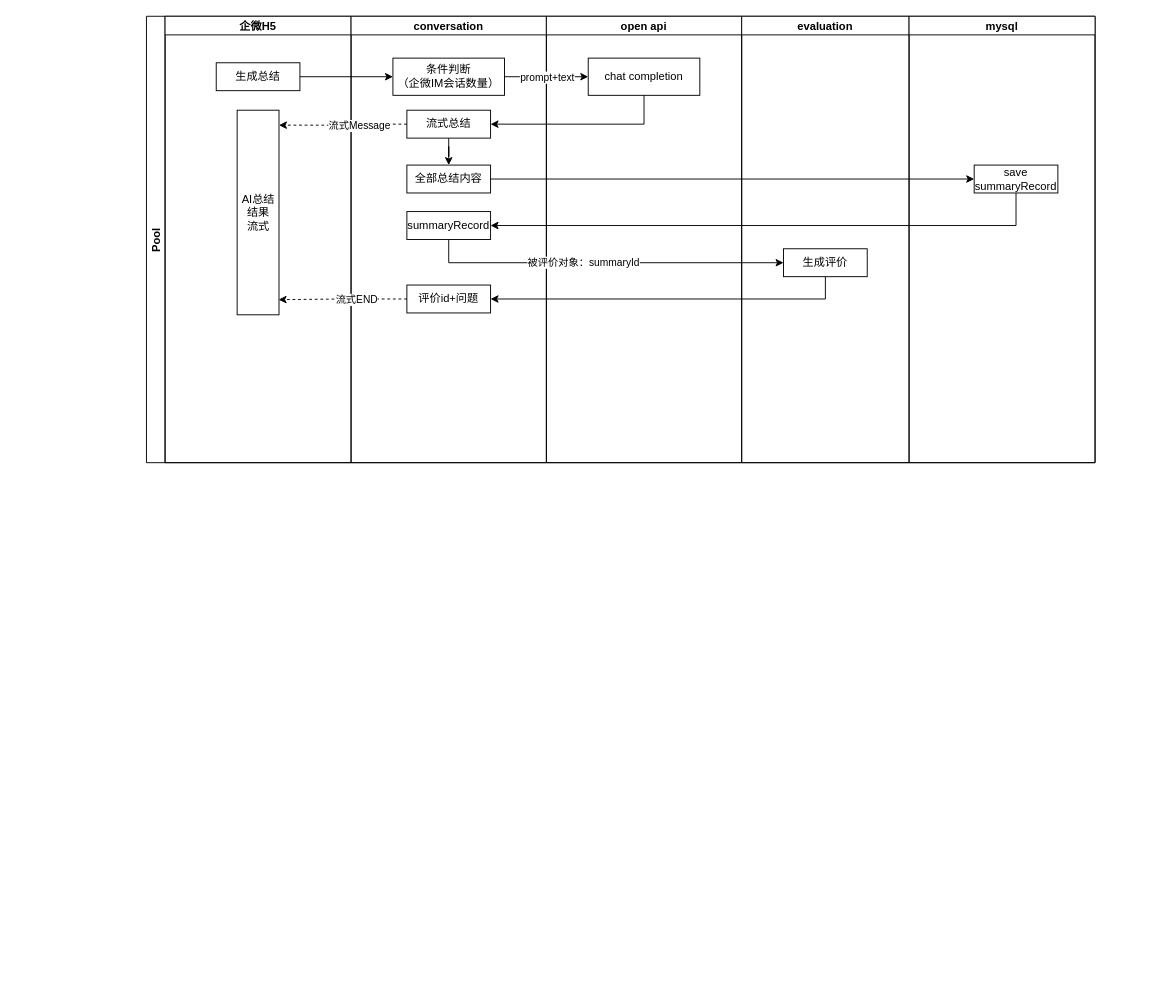
Earlier version of the draw.io diagram 客源会话.drawio (SmellyTrotter/draw.io). Source tidied: cells renumbered, new cells numbered last; positions are measured from the earlier drawing's top-left corner, leaving out a move shared by most shapes. Both pictures are drawn from the tidied source at 93%, with x=0, y=0 at pixel (146, 16).
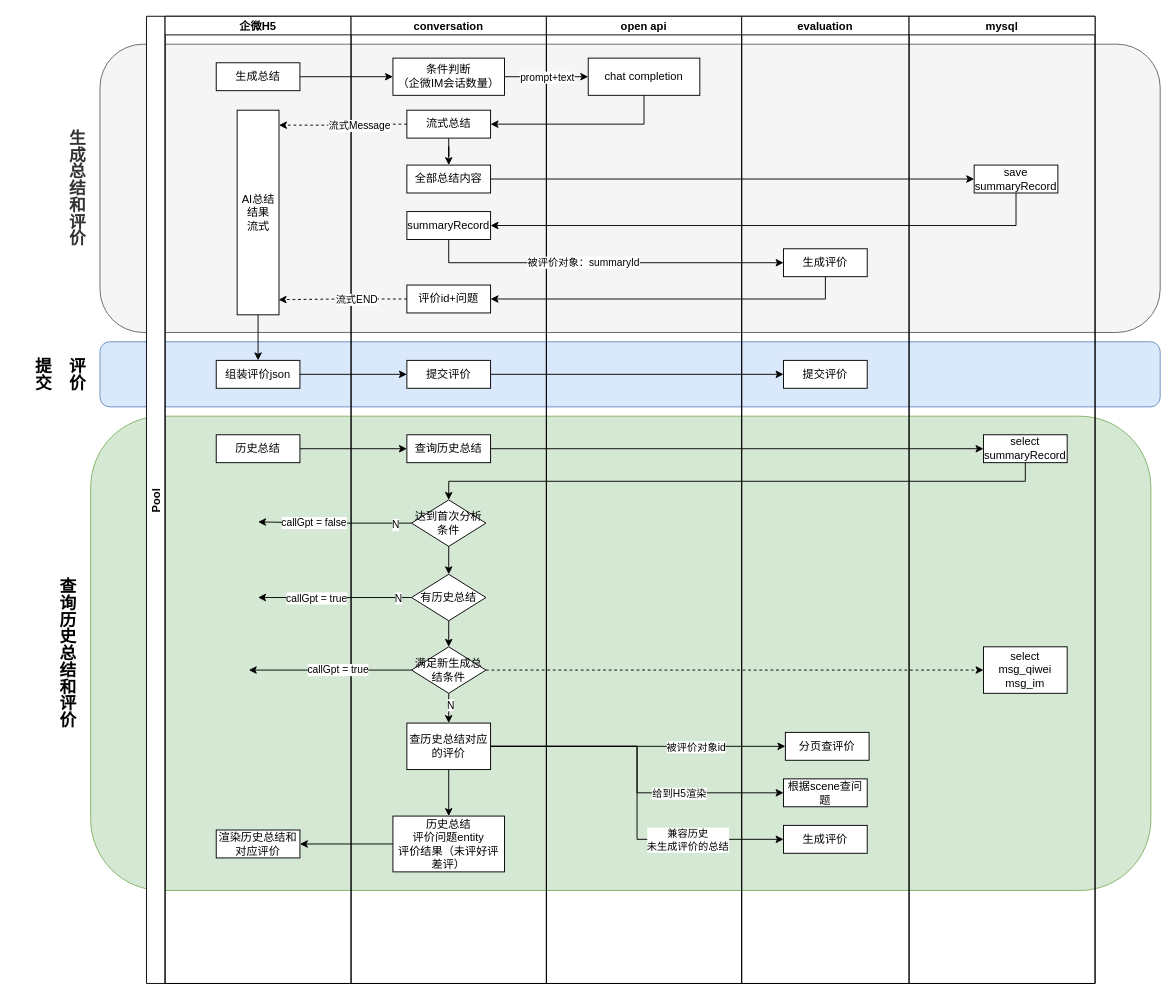
After the change.

Commit message (it also covers changes not shown here):
更新客源会话.drawio

The change refers to these unchanged cells:
```xml
<mxCell id="5" value="AI总结结果&lt;div&gt;流式&lt;/div&gt;" style="rounded=0;whiteSpace=wrap;html=1;" parent="3" vertex="1">
  <mxGeometry x="77.5" y="101" width="45" height="220" as="geometry" />
</mxCell>
```

Change to the diagram source:
```diff
@@
+    <mxCell id="32" value="&lt;h2&gt;查询历史总结和评价&lt;/h2&gt;" style="rounded=1;whiteSpace=wrap;html=1;fillColor=#d5e8d4;labelPosition=left;verticalLabelPosition=middle;align=right;verticalAlign=middle;textDirection=vertical-lr;strokeColor=#82b366;" parent="1" vertex="1">
+      <mxGeometry x="-60" y="430" width="1140" height="510" as="geometry" />
+    </mxCell>
+    <mxCell id="33" value="&lt;h2 style=&quot;&quot;&gt;&lt;font style=&quot;font-size: 18px;&quot;&gt;提交&lt;/font&gt;&lt;/h2&gt;&lt;h2 style=&quot;&quot;&gt;&lt;font style=&quot;font-size: 18px;&quot;&gt;评价&lt;/font&gt;&lt;/h2&gt;" style="rounded=1;whiteSpace=wrap;html=1;fillColor=#dae8fc;labelPosition=left;verticalLabelPosition=middle;align=right;verticalAlign=middle;textDirection=vertical-lr;fontSize=12;strokeColor=#6c8ebf;" parent="1" vertex="1">
+      <mxGeometry x="-50" y="350" width="1140" height="70" as="geometry" />
+    </mxCell>
+    <mxCell id="34" value="&lt;p style=&quot;line-height: 70%;&quot;&gt;&lt;/p&gt;&lt;h2&gt;生成总结和评价&lt;/h2&gt;&lt;p&gt;&lt;/p&gt;" style="rounded=1;whiteSpace=wrap;html=1;fillColor=#f5f5f5;align=right;horizontal=1;textDirection=vertical-lr;labelPosition=left;verticalLabelPosition=middle;verticalAlign=middle;fontColor=#333333;strokeColor=#666666;" parent="1" vertex="1">
+      <mxGeometry x="-50" y="30" width="1140" height="310" as="geometry" />
+    </mxCell>
     <mxCell id="2" value="Pool" style="swimlane;startSize=20;horizontal=0;" parent="1" vertex="1">
-      <mxGeometry width="1020" height="480" as="geometry" />
+      <mxGeometry width="1020" height="1040" as="geometry" />
     </mxCell>
     <mxCell id="3" value="企微H5" style="swimlane;startSize=20;" parent="2" vertex="1">
-      <mxGeometry x="20" width="200" height="480" as="geometry" />
+      <mxGeometry x="20" width="200" height="1040" as="geometry" />
     </mxCell>
@@
+    <mxCell id="35" style="edgeStyle=orthogonalEdgeStyle;rounded=0;jettySize=auto;html=1;" parent="3" edge="1" source="5" target="36">
+      <mxGeometry relative="1" as="geometry" />
+    </mxCell>
@@
+    <mxCell id="36" value="组装评价json" style="rounded=0;whiteSpace=wrap;html=1;" parent="3" vertex="1">
+      <mxGeometry x="55" y="370" width="90" height="30" as="geometry" />
+    </mxCell>
+    <mxCell id="37" value="历史总结" style="rounded=0;whiteSpace=wrap;html=1;" parent="3" vertex="1">
+      <mxGeometry x="55" y="450" width="90" height="30" as="geometry" />
+    </mxCell>
+    <mxCell id="38" value="渲染历史总结和对应评价" style="rounded=0;whiteSpace=wrap;html=1;" parent="3" vertex="1">
+      <mxGeometry x="55" y="875" width="90" height="30" as="geometry" />
+    </mxCell>
     <mxCell id="6" value="conversation" style="swimlane;startSize=20;" parent="2" vertex="1">
-      <mxGeometry x="220" width="210" height="480" as="geometry" />
+      <mxGeometry x="220" width="210" height="1040" as="geometry" />
     </mxCell>
@@
+    <mxCell id="39" value="提交评价" style="rounded=0;whiteSpace=wrap;html=1;" parent="6" vertex="1">
+      <mxGeometry x="60" y="370" width="90" height="30" as="geometry" />
+    </mxCell>
+    <mxCell id="40" value="查询历史总结" style="rounded=0;whiteSpace=wrap;html=1;" parent="6" vertex="1">
+      <mxGeometry x="60" y="450" width="90" height="30" as="geometry" />
+    </mxCell>
+    <mxCell id="41" style="edgeStyle=orthogonalEdgeStyle;rounded=0;jettySize=auto;html=1;exitX=0.5;exitY=1;exitDx=0;exitDy=0;entryX=0.5;entryY=0;entryDx=0;entryDy=0;" parent="6" edge="1" source="54" target="50">
+      <mxGeometry relative="1" as="geometry" />
+    </mxCell>
+    <mxCell id="42" style="edgeStyle=orthogonalEdgeStyle;rounded=0;jettySize=auto;html=1;exitX=0;exitY=0.5;exitDx=0;exitDy=0;" parent="6" edge="1" source="45">
+      <mxGeometry relative="1" as="geometry">
+        <mxPoint x="-100" y="543.7" as="targetPoint" />
+      </mxGeometry>
+    </mxCell>
+    <mxCell id="43" value="N" style="edgeLabel;html=1;align=center;verticalAlign=middle;" parent="42" vertex="1">
+      <mxGeometry x="-0.78" y="1" relative="1" as="geometry" />
+    </mxCell>
+    <mxCell id="44" value="callGpt = false" style="edgeLabel;html=1;align=center;verticalAlign=middle;" parent="42" vertex="1">
+      <mxGeometry x="0.28" relative="1" as="geometry" />
+    </mxCell>
+    <mxCell id="45" value="达到首次分析条件" style="rhombus;whiteSpace=wrap;html=1;" parent="6" vertex="1">
+      <mxGeometry x="65" y="520" width="80" height="50" as="geometry" />
+    </mxCell>
+    <mxCell id="46" style="edgeStyle=orthogonalEdgeStyle;rounded=0;jettySize=auto;html=1;exitX=0;exitY=0.5;exitDx=0;exitDy=0;" parent="6" edge="1" source="50">
+      <mxGeometry relative="1" as="geometry">
+        <mxPoint x="-110" y="703" as="targetPoint" />
+      </mxGeometry>
+    </mxCell>
+    <mxCell id="47" value="callGpt = true" style="edgeLabel;html=1;align=center;verticalAlign=middle;" parent="46" vertex="1">
+      <mxGeometry x="-0.09" y="-1" relative="1" as="geometry" />
+    </mxCell>
+    <mxCell id="48" style="edgeStyle=orthogonalEdgeStyle;rounded=0;jettySize=auto;html=1;" parent="6" edge="1" source="50" target="57">
+      <mxGeometry relative="1" as="geometry" />
+    </mxCell>
+    <mxCell id="49" value="N" style="edgeLabel;html=1;align=center;verticalAlign=middle;" parent="48" vertex="1">
+      <mxGeometry x="0.18" y="1" relative="1" as="geometry" />
+    </mxCell>
+    <mxCell id="50" value="满足新生成总结条件" style="rhombus;whiteSpace=wrap;html=1;" parent="6" vertex="1">
+      <mxGeometry x="65" y="678" width="80" height="50" as="geometry" />
+    </mxCell>
+    <mxCell id="51" style="edgeStyle=orthogonalEdgeStyle;rounded=0;jettySize=auto;html=1;" parent="6" edge="1" source="54">
+      <mxGeometry relative="1" as="geometry">
+        <mxPoint x="-100" y="625" as="targetPoint" />
+      </mxGeometry>
+    </mxCell>
+    <mxCell id="52" value="callGpt = true" style="edgeLabel;html=1;align=center;verticalAlign=middle;" parent="51" vertex="1">
+      <mxGeometry x="0.25" relative="1" as="geometry" />
+    </mxCell>
+    <mxCell id="53" value="N" style="edgeLabel;html=1;align=center;verticalAlign=middle;" parent="51" vertex="1">
+      <mxGeometry x="-0.82" relative="1" as="geometry" />
+    </mxCell>
+    <mxCell id="54" value="有历史总结" style="rhombus;whiteSpace=wrap;html=1;" parent="6" vertex="1">
+      <mxGeometry x="65" y="600" width="80" height="50" as="geometry" />
+    </mxCell>
+    <mxCell id="55" style="edgeStyle=orthogonalEdgeStyle;rounded=0;jettySize=auto;html=1;exitX=0.5;exitY=1;exitDx=0;exitDy=0;entryX=0.5;entryY=0;entryDx=0;entryDy=0;" parent="6" edge="1" source="45" target="54">
+      <mxGeometry relative="1" as="geometry" />
+    </mxCell>
+    <mxCell id="56" style="edgeStyle=orthogonalEdgeStyle;rounded=0;jettySize=auto;html=1;" parent="6" edge="1" source="57" target="58">
+      <mxGeometry relative="1" as="geometry" />
+    </mxCell>
+    <mxCell id="57" value="查历史总结对应的评价" style="rounded=0;whiteSpace=wrap;html=1;" parent="6" vertex="1">
+      <mxGeometry x="60" y="760" width="90" height="50" as="geometry" />
+    </mxCell>
+    <mxCell id="58" value="历史总结&lt;div&gt;评价问题entity&lt;/div&gt;&lt;div&gt;评价结果（未评好评差评）&lt;/div&gt;" style="whiteSpace=wrap;html=1;rounded=0;" parent="6" vertex="1">
+      <mxGeometry x="45" y="860" width="120" height="60" as="geometry" />
+    </mxCell>
     <mxCell id="13" value="open api" style="swimlane;startSize=20;" parent="2" vertex="1">
-      <mxGeometry x="430" width="210" height="480" as="geometry" />
+      <mxGeometry x="430" width="210" height="1040" as="geometry" />
     </mxCell>
@@
     <mxCell id="15" value="evaluation" style="swimlane;startSize=20;" parent="2" vertex="1">
-      <mxGeometry x="640" width="180" height="480" as="geometry" />
+      <mxGeometry x="640" width="180" height="1040" as="geometry" />
     </mxCell>
@@
+    <mxCell id="59" value="提交评价" style="rounded=0;whiteSpace=wrap;html=1;" parent="15" vertex="1">
+      <mxGeometry x="45" y="370" width="90" height="30" as="geometry" />
+    </mxCell>
+    <mxCell id="60" value="分页查评价" style="rounded=0;whiteSpace=wrap;html=1;" parent="15" vertex="1">
+      <mxGeometry x="47" y="770" width="90" height="30" as="geometry" />
+    </mxCell>
+    <mxCell id="61" value="根据scene查问题" style="rounded=0;whiteSpace=wrap;html=1;" parent="15" vertex="1">
+      <mxGeometry x="45" y="820" width="90" height="30" as="geometry" />
+    </mxCell>
+    <mxCell id="62" value="生成评价" style="rounded=0;whiteSpace=wrap;html=1;" parent="15" vertex="1">
+      <mxGeometry x="45" y="870" width="90" height="30" as="geometry" />
+    </mxCell>
     <mxCell id="17" value="mysql" style="swimlane;startSize=20;" parent="2" vertex="1">
-      <mxGeometry x="820" width="200" height="480" as="geometry" />
+      <mxGeometry x="820" width="200" height="1040" as="geometry" />
     </mxCell>
@@
+    <mxCell id="63" value="&lt;div&gt;select&lt;/div&gt;&lt;div&gt;summaryRecord&lt;/div&gt;" style="rounded=0;whiteSpace=wrap;html=1;" parent="17" vertex="1">
+      <mxGeometry x="80" y="450" width="90" height="30" as="geometry" />
+    </mxCell>
+    <mxCell id="64" value="select&lt;div&gt;msg_qiwei msg_im&lt;/div&gt;" style="rounded=0;whiteSpace=wrap;html=1;" parent="17" vertex="1">
+      <mxGeometry x="80" y="678" width="90" height="50" as="geometry" />
+    </mxCell>
@@
+    <mxCell id="65" style="edgeStyle=orthogonalEdgeStyle;rounded=0;jettySize=auto;html=1;entryX=0;entryY=0.5;entryDx=0;entryDy=0;" parent="2" edge="1" source="36" target="39">
+      <mxGeometry relative="1" as="geometry" />
+    </mxCell>
+    <mxCell id="66" style="edgeStyle=orthogonalEdgeStyle;rounded=0;jettySize=auto;html=1;" parent="2" edge="1" source="39" target="59">
+      <mxGeometry relative="1" as="geometry" />
+    </mxCell>
+    <mxCell id="67" style="edgeStyle=orthogonalEdgeStyle;rounded=0;jettySize=auto;html=1;" parent="2" edge="1" source="40" target="63">
+      <mxGeometry relative="1" as="geometry" />
+    </mxCell>
+    <mxCell id="68" style="edgeStyle=orthogonalEdgeStyle;rounded=0;jettySize=auto;html=1;" parent="2" edge="1" source="37" target="40">
+      <mxGeometry relative="1" as="geometry" />
+    </mxCell>
+    <mxCell id="69" style="edgeStyle=orthogonalEdgeStyle;rounded=0;jettySize=auto;html=1;exitX=0.5;exitY=1;exitDx=0;exitDy=0;" parent="2" edge="1" source="63" target="45">
+      <mxGeometry relative="1" as="geometry" />
+    </mxCell>
+    <mxCell id="70" style="edgeStyle=orthogonalEdgeStyle;rounded=0;jettySize=auto;html=1;dashed=1;" parent="2" edge="1" source="50" target="64">
+      <mxGeometry relative="1" as="geometry" />
+    </mxCell>
+    <mxCell id="71" style="edgeStyle=orthogonalEdgeStyle;rounded=0;jettySize=auto;html=1;" parent="2" edge="1" source="57" target="60">
+      <mxGeometry relative="1" as="geometry" />
+    </mxCell>
+    <mxCell id="72" value="被评价对象id" style="edgeLabel;html=1;align=center;verticalAlign=middle;" parent="71" vertex="1">
+      <mxGeometry x="-0.11" y="1" relative="1" as="geometry">
+        <mxPoint x="79" y="1" as="offset" />
+      </mxGeometry>
+    </mxCell>
+    <mxCell id="73" style="edgeStyle=orthogonalEdgeStyle;rounded=0;jettySize=auto;html=1;exitX=1;exitY=0.5;exitDx=0;exitDy=0;entryX=0;entryY=0.5;entryDx=0;entryDy=0;" parent="2" edge="1" source="57" target="61">
+      <mxGeometry relative="1" as="geometry" />
+    </mxCell>
+    <mxCell id="74" value="给到H5渲染" style="edgeLabel;html=1;align=center;verticalAlign=middle;" parent="73" vertex="1">
+      <mxGeometry x="0.38" relative="1" as="geometry" />
+    </mxCell>
+    <mxCell id="75" style="edgeStyle=orthogonalEdgeStyle;rounded=0;jettySize=auto;html=1;exitX=1;exitY=0.5;exitDx=0;exitDy=0;entryX=0;entryY=0.5;entryDx=0;entryDy=0;" parent="2" edge="1" source="57" target="62">
+      <mxGeometry relative="1" as="geometry" />
+    </mxCell>
+    <mxCell id="76" value="兼容历史&lt;div&gt;未生成评价的总结&lt;/div&gt;" style="edgeLabel;html=1;align=center;verticalAlign=middle;" parent="75" vertex="1">
+      <mxGeometry x="0.46" relative="1" as="geometry">
+        <mxPoint x="8" as="offset" />
+      </mxGeometry>
+    </mxCell>
+    <mxCell id="77" style="edgeStyle=orthogonalEdgeStyle;rounded=0;jettySize=auto;html=1;entryX=1;entryY=0.5;entryDx=0;entryDy=0;" parent="2" edge="1" source="58" target="38">
+      <mxGeometry relative="1" as="geometry" />
+    </mxCell>
```
